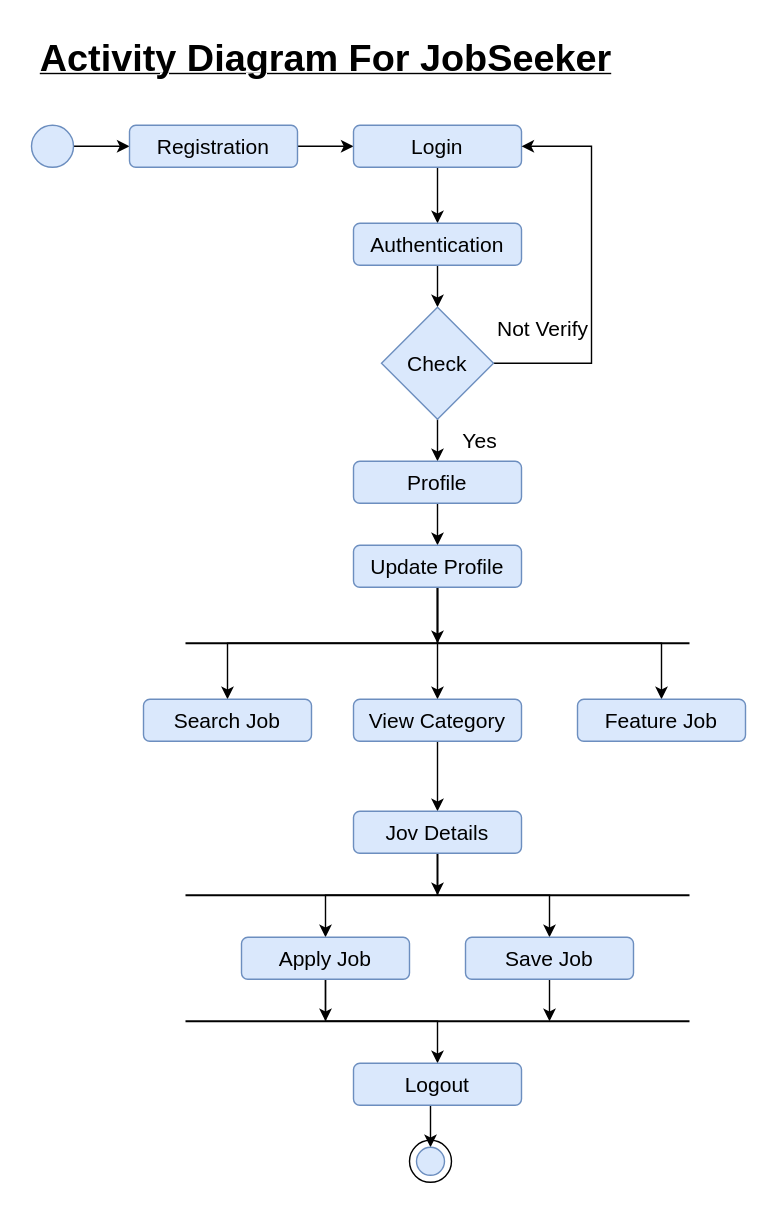
This is page "Page-3" (3 of 10) of public/uploads/Untitled Diagram.drawio from musaddak7/jobportalbd, a draw.io file, before an edit. Source tidied: cells renumbered, new cells numbered last; positions are measured from the earlier drawing's top-left corner, leaving out a move shared by most shapes. Both pictures are drawn from the tidied source at 140%, with x=0, y=0 at pixel (24, 24).
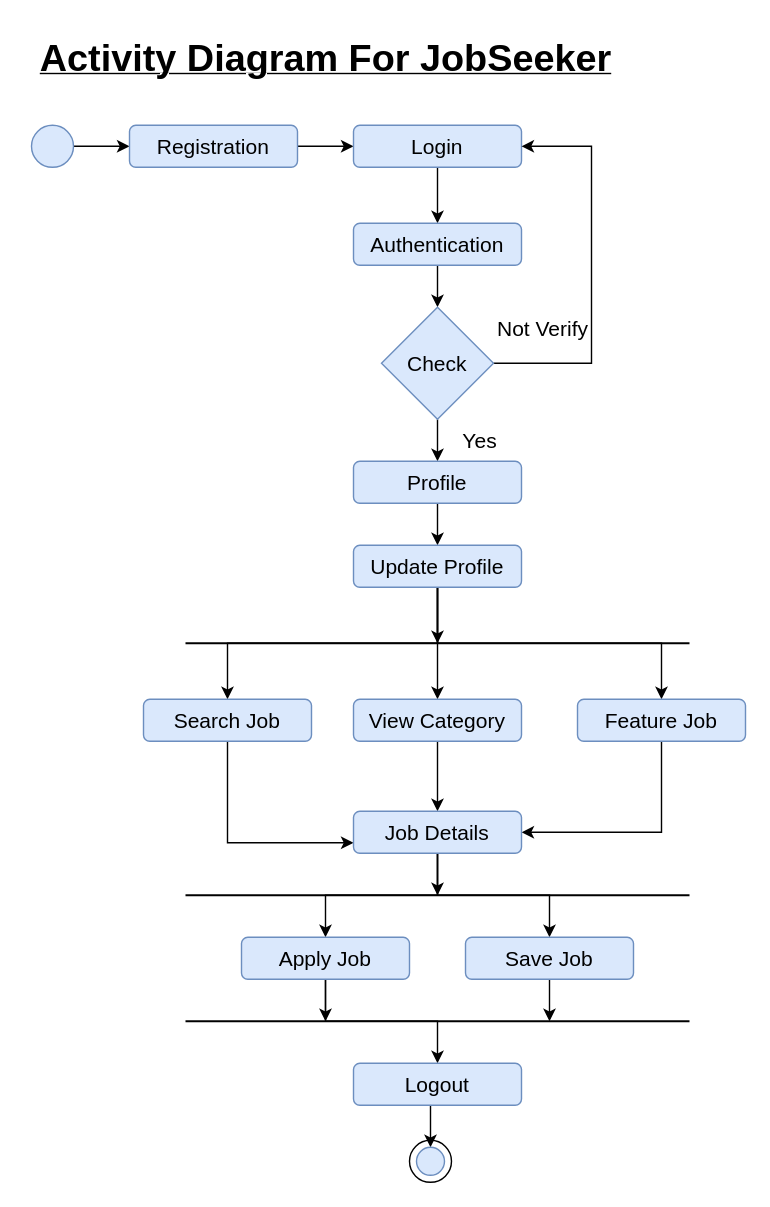
The same page after the edit.

Unchanged cells that the change refers to:
```xml
<mxCell id="22" value="&lt;font style=&quot;font-size: 15px;&quot;&gt;Search Job&lt;/font&gt;" style="rounded=1;whiteSpace=wrap;html=1;fillColor=#dae8fc;strokeColor=#6c8ebf;" parent="1" vertex="1">
  <mxGeometry x="85" y="482" width="120" height="30" as="geometry" />
</mxCell>
<mxCell id="25" value="&lt;font style=&quot;font-size: 15px;&quot;&gt;Feature Job&lt;/font&gt;" style="rounded=1;whiteSpace=wrap;html=1;fillColor=#dae8fc;strokeColor=#6c8ebf;" parent="1" vertex="1">
  <mxGeometry x="395" y="482" width="120" height="30" as="geometry" />
</mxCell>
```

Diff of the diagram source:
```diff
@@
+    <mxCell id="43" style="edgeStyle=orthogonalEdgeStyle;rounded=0;jettySize=auto;html=1;exitX=0.5;exitY=1;exitDx=0;exitDy=0;entryX=0;entryY=0.75;entryDx=0;entryDy=0;" parent="1" edge="1" source="22" target="29">
+      <mxGeometry relative="1" as="geometry" />
+    </mxCell>
@@
+    <mxCell id="44" style="edgeStyle=orthogonalEdgeStyle;rounded=0;jettySize=auto;html=1;exitX=0.5;exitY=1;exitDx=0;exitDy=0;entryX=1;entryY=0.5;entryDx=0;entryDy=0;" parent="1" edge="1" source="25" target="29">
+      <mxGeometry relative="1" as="geometry" />
+    </mxCell>
@@
-    <mxCell id="29" value="&lt;font style=&quot;font-size: 15px;&quot;&gt;Jov Details&lt;/font&gt;" style="rounded=1;whiteSpace=wrap;html=1;fillColor=#dae8fc;strokeColor=#6c8ebf;" parent="1" vertex="1">
+    <mxCell id="29" value="&lt;font style=&quot;font-size: 15px;&quot;&gt;Job Details&lt;/font&gt;" style="rounded=1;whiteSpace=wrap;html=1;fillColor=#dae8fc;strokeColor=#6c8ebf;" parent="1" vertex="1">
       <mxGeometry x="235" y="562" width="120" height="30" as="geometry" />
     </mxCell>
```
